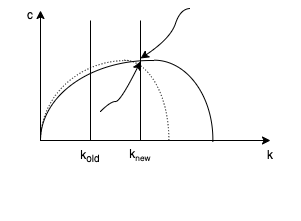
Earlier version of the draw.io export fig/fuck.drawio.png (ErnestDong/papers). Source tidied: cells renumbered, new cells last; positions are measured from the earlier drawing's top-left corner, leaving out a move shared by most shapes. The source it was exported from:
```xml
<mxGraphModel>
  <root>
    <mxCell id="0" />
    <mxCell id="1" parent="0" />
    <mxCell id="2" style="endArrow=classic;html=1;" parent="1" edge="1">
      <mxGeometry relative="1" as="geometry">
        <mxPoint x="40" y="140" as="sourcePoint" />
        <mxPoint x="270" y="140" as="targetPoint" />
      </mxGeometry>
    </mxCell>
    <mxCell id="3" style="endArrow=classic;html=1;" parent="1" edge="1">
      <mxGeometry relative="1" as="geometry">
        <mxPoint x="40" y="140" as="sourcePoint" />
        <mxPoint x="40" y="10" as="targetPoint" />
      </mxGeometry>
    </mxCell>
    <mxCell id="4" style="verticalLabelPosition=bottom;verticalAlign=top;html=1;shape=mxgraph.basic.arc;startAngle=0.75;endAngle=0.004773216671265159;" parent="1" vertex="1">
      <mxGeometry x="40" y="60" width="220" height="160" as="geometry" />
    </mxCell>
    <mxCell id="5" style="verticalLabelPosition=bottom;verticalAlign=top;html=1;shape=mxgraph.basic.arc;startAngle=0.75;endAngle=0.004773216671265159;rotation=90;" parent="1" vertex="1">
      <mxGeometry x="74.3" y="80.3" width="158.7" height="117.4" as="geometry" />
    </mxCell>
    <mxCell id="6" style="endArrow=none;html=1;" parent="1" edge="1">
      <mxGeometry relative="1" as="geometry">
        <mxPoint x="140" y="140" as="sourcePoint" />
        <mxPoint x="140" y="20" as="targetPoint" />
      </mxGeometry>
    </mxCell>
    <mxCell id="7" style="endArrow=none;html=1;" parent="1" edge="1">
      <mxGeometry relative="1" as="geometry">
        <mxPoint x="90" y="140" as="sourcePoint" />
        <mxPoint x="90" y="20" as="targetPoint" />
      </mxGeometry>
    </mxCell>
    <mxCell id="8" value="k&lt;sub&gt;old&lt;/sub&gt;" style="text;html=1;strokeColor=none;fillColor=none;align=center;verticalAlign=middle;whiteSpace=wrap;rounded=0;" parent="1" vertex="1">
      <mxGeometry x="60" y="140" width="60" height="30" as="geometry" />
    </mxCell>
    <mxCell id="9" value="k&lt;span style=&quot;font-size: 10px&quot;&gt;&lt;sub&gt;new&lt;/sub&gt;&lt;/span&gt;" style="text;html=1;strokeColor=none;fillColor=none;align=center;verticalAlign=middle;whiteSpace=wrap;rounded=0;" parent="1" vertex="1">
      <mxGeometry x="110" y="140" width="60" height="30" as="geometry" />
    </mxCell>
    <mxCell id="10" style="curved=1;endArrow=classic;html=1;" parent="1" edge="1">
      <mxGeometry relative="1" as="geometry">
        <mxPoint x="190" y="8" as="sourcePoint" />
        <mxPoint x="140" y="58" as="targetPoint" />
        <Array as="points">
          <mxPoint x="180" y="8" />
          <mxPoint x="170" y="38" />
        </Array>
      </mxGeometry>
    </mxCell>
    <mxCell id="11" style="curved=1;endArrow=classic;html=1;" parent="1" edge="1">
      <mxGeometry relative="1" as="geometry">
        <mxPoint x="100" y="111" as="sourcePoint" />
        <mxPoint x="140" y="61" as="targetPoint" />
        <Array as="points">
          <mxPoint x="110" y="101" />
          <mxPoint x="120" y="101" />
        </Array>
      </mxGeometry>
    </mxCell>
    <mxCell id="12" value="k" style="text;html=1;strokeColor=none;fillColor=none;align=center;verticalAlign=middle;whiteSpace=wrap;rounded=0;" parent="1" vertex="1">
      <mxGeometry x="240" y="140" width="60" height="30" as="geometry" />
    </mxCell>
    <mxCell id="13" value="c" style="text;html=1;strokeColor=none;fillColor=none;align=center;verticalAlign=middle;whiteSpace=wrap;rounded=0;" parent="1" vertex="1">
      <mxGeometry width="60" height="30" as="geometry" />
    </mxCell>
    <mxCell id="14" style="verticalLabelPosition=bottom;verticalAlign=top;html=1;shape=mxgraph.basic.arc;startAngle=0.75;endAngle=0.004773216671265159;dashed=1;dashPattern=1 2;" parent="1" vertex="1">
      <mxGeometry x="40" y="60" width="172" height="160" as="geometry" />
    </mxCell>
    <mxCell id="15" style="verticalLabelPosition=bottom;verticalAlign=top;html=1;shape=mxgraph.basic.arc;startAngle=0.75;endAngle=0.004773216671265159;rotation=90;dashed=1;dashPattern=1 2;" parent="1" vertex="1">
      <mxGeometry x="44.2" y="94.2" width="158.7" height="89.7" as="geometry" />
    </mxCell>
  </root>
</mxGraphModel>
```
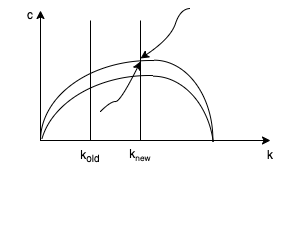
Later version of the same file.

Commit message:
经济学综合 bugfix

Diff of the diagram source:
```diff
@@ -64,11 +64,11 @@
     <mxCell id="13" value="c" style="text;html=1;strokeColor=none;fillColor=none;align=center;verticalAlign=middle;whiteSpace=wrap;rounded=0;" parent="1" vertex="1">
       <mxGeometry width="60" height="30" as="geometry" />
     </mxCell>
-    <mxCell id="14" style="verticalLabelPosition=bottom;verticalAlign=top;html=1;shape=mxgraph.basic.arc;startAngle=0.75;endAngle=0.004773216671265159;dashed=1;dashPattern=1 2;" parent="1" vertex="1">
-      <mxGeometry x="40" y="60" width="172" height="160" as="geometry" />
-    </mxCell>
-    <mxCell id="15" style="verticalLabelPosition=bottom;verticalAlign=top;html=1;shape=mxgraph.basic.arc;startAngle=0.75;endAngle=0.004773216671265159;rotation=90;dashed=1;dashPattern=1 2;" parent="1" vertex="1">
-      <mxGeometry x="44.2" y="94.2" width="158.7" height="89.7" as="geometry" />
+    <mxCell id="15" style="verticalLabelPosition=bottom;verticalAlign=top;html=1;shape=mxgraph.basic.arc;startAngle=0.7829438308915222;endAngle=0.004773216671265159;" parent="1" vertex="1">
+      <mxGeometry x="39" y="75" width="220" height="160" as="geometry" />
     </mxCell>
+    <mxCell id="16" style="verticalLabelPosition=bottom;verticalAlign=top;html=1;shape=mxgraph.basic.arc;startAngle=0.75;endAngle=0.972883958958216;rotation=90;" parent="1" vertex="1">
+      <mxGeometry x="73" y="93.6" width="158.7" height="122.7" as="geometry" />
+    </mxCell>
   </root>
 </mxGraphModel>
```
